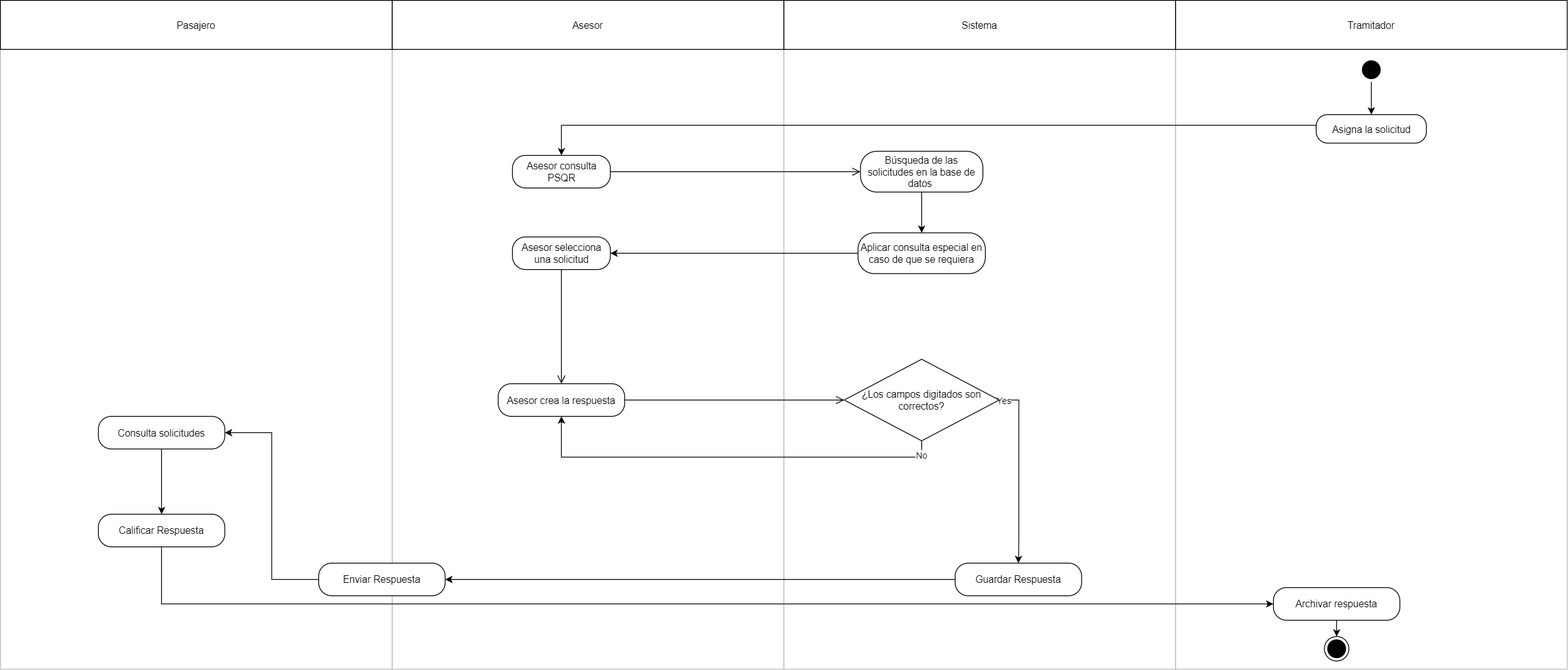
Above: diagrama actvidades-Trámites.png in AlejandraRochaR/imagenes (draw.io), before the change. Source tidied: cells renumbered, new cells last; positions are measured from the earlier drawing's top-left corner, leaving out a move shared by most shapes. Source of this version:
```xml
<mxGraphModel>
  <root>
    <mxCell id="0" />
    <mxCell id="1" parent="0" />
    <mxCell id="2" style="rounded=0;whiteSpace=wrap;html=1;fillColor=none;strokeColor=#BABABA;" parent="1" vertex="1">
      <mxGeometry x="1440" y="60" width="480" height="760" as="geometry" />
    </mxCell>
    <mxCell id="3" style="rounded=0;whiteSpace=wrap;html=1;fillColor=none;strokeColor=#BABABA;" parent="1" vertex="1">
      <mxGeometry y="60" width="480" height="760" as="geometry" />
    </mxCell>
    <mxCell id="4" style="rounded=0;whiteSpace=wrap;html=1;fillColor=none;strokeColor=#BABABA;" parent="1" vertex="1">
      <mxGeometry x="960" y="60" width="480" height="760" as="geometry" />
    </mxCell>
    <mxCell id="5" style="rounded=0;whiteSpace=wrap;html=1;fillColor=none;strokeColor=#BABABA;" parent="1" vertex="1">
      <mxGeometry x="480" y="60" width="480" height="760" as="geometry" />
    </mxCell>
    <mxCell id="6" value="Asesor consulta PSQR" style="rounded=1;whiteSpace=wrap;html=1;arcSize=40;fontColor=#000000;" parent="1" vertex="1">
      <mxGeometry x="627.5" y="190" width="120" height="40" as="geometry" />
    </mxCell>
    <mxCell id="7" style="edgeStyle=orthogonalEdgeStyle;html=1;verticalAlign=bottom;endArrow=open;endSize=8;entryX=0;entryY=0.5;entryDx=0;entryDy=0;" parent="1" edge="1" source="6" target="17">
      <mxGeometry relative="1" as="geometry" />
    </mxCell>
    <mxCell id="8" value="Asesor selecciona una solicitud" style="rounded=1;whiteSpace=wrap;html=1;arcSize=40;fontColor=#000000;" parent="1" vertex="1">
      <mxGeometry x="627.5" y="290" width="120" height="40" as="geometry" />
    </mxCell>
    <mxCell id="9" style="edgeStyle=orthogonalEdgeStyle;html=1;verticalAlign=bottom;endArrow=open;endSize=8;entryX=0.5;entryY=0;entryDx=0;entryDy=0;" parent="1" edge="1" source="8" target="10">
      <mxGeometry relative="1" as="geometry" />
    </mxCell>
    <mxCell id="10" value="Asesor crea la respuesta" style="rounded=1;whiteSpace=wrap;html=1;arcSize=40;fontColor=#000000;" parent="1" vertex="1">
      <mxGeometry x="610" y="470" width="155" height="40" as="geometry" />
    </mxCell>
    <mxCell id="11" style="edgeStyle=orthogonalEdgeStyle;html=1;verticalAlign=bottom;endArrow=open;endSize=8;entryX=0;entryY=0.5;entryDx=0;entryDy=0;" parent="1" edge="1" source="10" target="24">
      <mxGeometry relative="1" as="geometry" />
    </mxCell>
    <mxCell id="12" style="ellipse;html=1;shape=endState;fillColor=#000000;" parent="1" vertex="1">
      <mxGeometry x="1622.5" y="780" width="30" height="30" as="geometry" />
    </mxCell>
    <mxCell id="13" value="Asesor" style="rounded=0;whiteSpace=wrap;html=1;fillColor=none;" parent="1" vertex="1">
      <mxGeometry x="480" width="480" height="60" as="geometry" />
    </mxCell>
    <mxCell id="14" value="Sistema" style="rounded=0;whiteSpace=wrap;html=1;fillColor=none;" parent="1" vertex="1">
      <mxGeometry x="960" width="480" height="60" as="geometry" />
    </mxCell>
    <mxCell id="15" value="Pasajero" style="rounded=0;whiteSpace=wrap;html=1;fillColor=none;" parent="1" vertex="1">
      <mxGeometry width="480" height="60" as="geometry" />
    </mxCell>
    <mxCell id="16" style="edgeStyle=orthogonalEdgeStyle;rounded=0;jettySize=auto;html=1;" parent="1" edge="1" source="17" target="19">
      <mxGeometry relative="1" as="geometry" />
    </mxCell>
    <mxCell id="17" value="Búsqueda de las solicitudes en la base de datos&amp;nbsp;" style="rounded=1;whiteSpace=wrap;html=1;arcSize=40;fontColor=#000000;" parent="1" vertex="1">
      <mxGeometry x="1054" y="185" width="150" height="50" as="geometry" />
    </mxCell>
    <mxCell id="18" style="edgeStyle=orthogonalEdgeStyle;rounded=0;jettySize=auto;html=1;entryX=1;entryY=0.5;entryDx=0;entryDy=0;" parent="1" edge="1" source="19" target="8">
      <mxGeometry relative="1" as="geometry" />
    </mxCell>
    <mxCell id="19" value="Aplicar consulta especial en caso de que se requiera" style="rounded=1;whiteSpace=wrap;html=1;arcSize=40;fontColor=#000000;" parent="1" vertex="1">
      <mxGeometry x="1051" y="285" width="156" height="50" as="geometry" />
    </mxCell>
    <mxCell id="20" style="edgeStyle=orthogonalEdgeStyle;rounded=0;jettySize=auto;html=1;entryX=0.5;entryY=1;entryDx=0;entryDy=0;exitX=0.5;exitY=1;exitDx=0;exitDy=0;" parent="1" edge="1" source="24" target="10">
      <mxGeometry relative="1" as="geometry" />
    </mxCell>
    <mxCell id="21" value="No" style="edgeLabel;html=1;align=center;verticalAlign=middle;" parent="20" vertex="1">
      <mxGeometry x="-0.94" y="-1" relative="1" as="geometry" />
    </mxCell>
    <mxCell id="22" style="edgeStyle=orthogonalEdgeStyle;rounded=0;jettySize=auto;html=1;entryX=0.5;entryY=0;entryDx=0;entryDy=0;exitX=1;exitY=0.5;exitDx=0;exitDy=0;" parent="1" edge="1" source="24" target="28">
      <mxGeometry relative="1" as="geometry">
        <Array as="points">
          <mxPoint x="1248" y="490" />
          <mxPoint x="1248" y="660" />
        </Array>
      </mxGeometry>
    </mxCell>
    <mxCell id="23" value="Yes" style="edgeLabel;html=1;align=center;verticalAlign=middle;" parent="22" vertex="1">
      <mxGeometry x="-0.96" relative="1" as="geometry" />
    </mxCell>
    <mxCell id="24" value="¿Los campos digitados son correctos?" style="rhombus;whiteSpace=wrap;html=1;fillColor=none;" parent="1" vertex="1">
      <mxGeometry x="1034" y="440" width="190" height="100" as="geometry" />
    </mxCell>
    <mxCell id="25" style="edgeStyle=orthogonalEdgeStyle;rounded=0;jettySize=auto;html=1;entryX=0.5;entryY=0;entryDx=0;entryDy=0;" parent="1" edge="1" source="26" target="32">
      <mxGeometry relative="1" as="geometry" />
    </mxCell>
    <mxCell id="26" value="Consulta solicitudes" style="rounded=1;whiteSpace=wrap;html=1;arcSize=40;fontColor=#000000;" parent="1" vertex="1">
      <mxGeometry x="120" y="510" width="155" height="40" as="geometry" />
    </mxCell>
    <mxCell id="27" style="edgeStyle=orthogonalEdgeStyle;rounded=0;jettySize=auto;html=1;entryX=1;entryY=0.5;entryDx=0;entryDy=0;" parent="1" edge="1" source="28" target="30">
      <mxGeometry relative="1" as="geometry" />
    </mxCell>
    <mxCell id="28" value="Guardar Respuesta" style="rounded=1;whiteSpace=wrap;html=1;arcSize=40;fontColor=#000000;" parent="1" vertex="1">
      <mxGeometry x="1170" y="690" width="155" height="40" as="geometry" />
    </mxCell>
    <mxCell id="29" style="edgeStyle=orthogonalEdgeStyle;rounded=0;jettySize=auto;html=1;entryX=1;entryY=0.5;entryDx=0;entryDy=0;" parent="1" edge="1" source="30" target="26">
      <mxGeometry relative="1" as="geometry" />
    </mxCell>
    <mxCell id="30" value="Enviar Respuesta" style="rounded=1;whiteSpace=wrap;html=1;arcSize=40;fontColor=#000000;" parent="1" vertex="1">
      <mxGeometry x="390" y="690" width="155" height="40" as="geometry" />
    </mxCell>
    <mxCell id="31" style="edgeStyle=orthogonalEdgeStyle;rounded=0;jettySize=auto;html=1;entryX=0;entryY=0.5;entryDx=0;entryDy=0;" parent="1" edge="1" source="32" target="39">
      <mxGeometry relative="1" as="geometry">
        <Array as="points">
          <mxPoint x="198" y="740" />
        </Array>
      </mxGeometry>
    </mxCell>
    <mxCell id="32" value="Calificar Respuesta" style="rounded=1;whiteSpace=wrap;html=1;arcSize=40;fontColor=#000000;" parent="1" vertex="1">
      <mxGeometry x="120" y="630" width="155" height="40" as="geometry" />
    </mxCell>
    <mxCell id="33" value="Tramitador" style="rounded=0;whiteSpace=wrap;html=1;fillColor=none;" parent="1" vertex="1">
      <mxGeometry x="1440" width="480" height="60" as="geometry" />
    </mxCell>
    <mxCell id="34" style="edgeStyle=orthogonalEdgeStyle;rounded=0;jettySize=auto;html=1;" parent="1" edge="1" source="35" target="37">
      <mxGeometry relative="1" as="geometry" />
    </mxCell>
    <mxCell id="35" style="ellipse;html=1;shape=startState;fillColor=#000000;" parent="1" vertex="1">
      <mxGeometry x="1665" y="70" width="30" height="30" as="geometry" />
    </mxCell>
    <mxCell id="36" style="edgeStyle=orthogonalEdgeStyle;rounded=0;jettySize=auto;html=1;entryX=0.5;entryY=0;entryDx=0;entryDy=0;exitX=0;exitY=0.5;exitDx=0;exitDy=0;" parent="1" edge="1" source="37" target="6">
      <mxGeometry relative="1" as="geometry">
        <Array as="points">
          <mxPoint x="688" y="153" />
        </Array>
      </mxGeometry>
    </mxCell>
    <mxCell id="37" value="Asigna la solicitud" style="rounded=1;whiteSpace=wrap;html=1;arcSize=40;fontColor=#000000;" parent="1" vertex="1">
      <mxGeometry x="1612.5" y="140" width="135" height="35" as="geometry" />
    </mxCell>
    <mxCell id="38" style="edgeStyle=orthogonalEdgeStyle;rounded=0;jettySize=auto;html=1;exitX=0.5;exitY=1;exitDx=0;exitDy=0;" parent="1" edge="1" source="39" target="12">
      <mxGeometry relative="1" as="geometry" />
    </mxCell>
    <mxCell id="39" value="Archivar respuesta" style="rounded=1;whiteSpace=wrap;html=1;arcSize=40;fontColor=#000000;" parent="1" vertex="1">
      <mxGeometry x="1560" y="720" width="155" height="40" as="geometry" />
    </mxCell>
  </root>
</mxGraphModel>
```
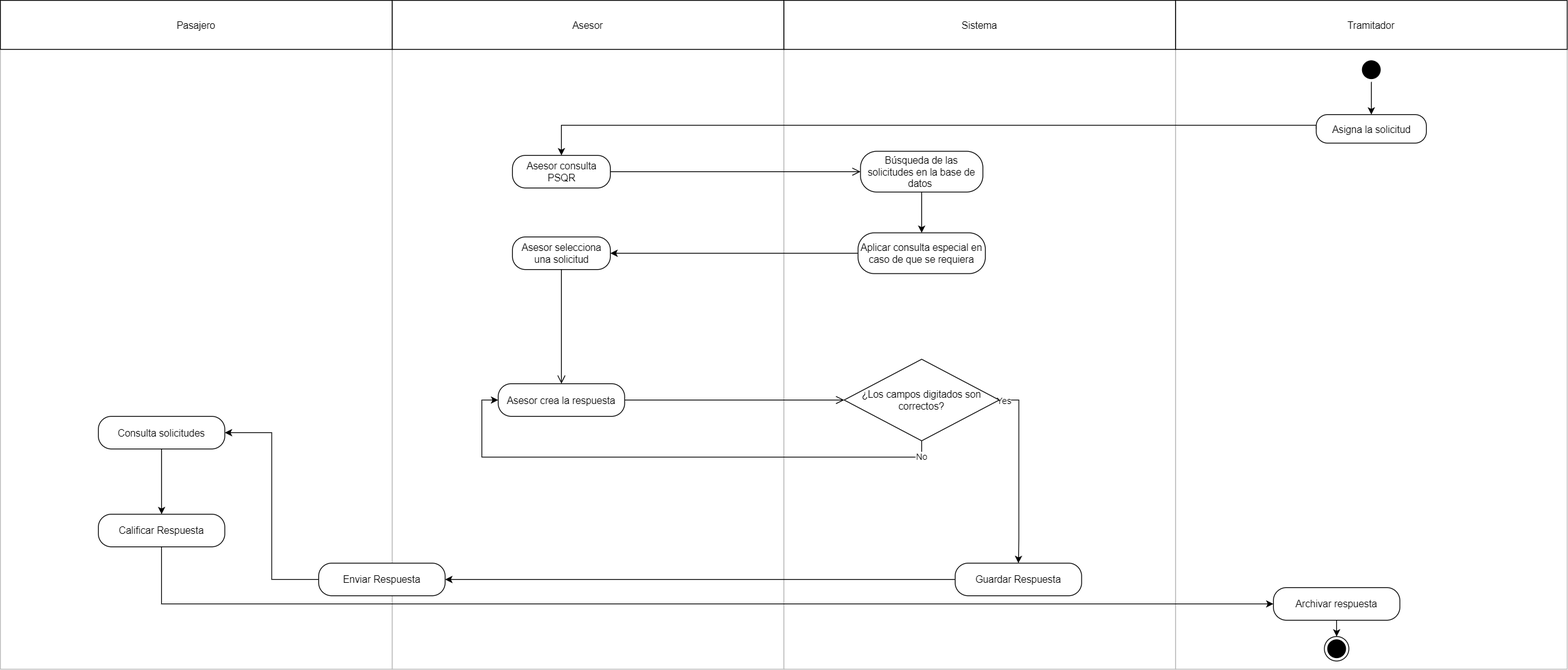
Above is the later version.

What changed in the source:
```diff
@@ -56,8 +56,14 @@
     <mxCell id="19" value="Aplicar consulta especial en caso de que se requiera" style="rounded=1;whiteSpace=wrap;html=1;arcSize=40;fontColor=#000000;" parent="1" vertex="1">
       <mxGeometry x="1051" y="285" width="156" height="50" as="geometry" />
     </mxCell>
-    <mxCell id="20" style="edgeStyle=orthogonalEdgeStyle;rounded=0;jettySize=auto;html=1;entryX=0.5;entryY=1;entryDx=0;entryDy=0;exitX=0.5;exitY=1;exitDx=0;exitDy=0;" parent="1" edge="1" source="24" target="10">
-      <mxGeometry relative="1" as="geometry" />
+    <mxCell id="20" style="edgeStyle=orthogonalEdgeStyle;rounded=0;jettySize=auto;html=1;entryX=0;entryY=0.5;entryDx=0;entryDy=0;exitX=0.5;exitY=1;exitDx=0;exitDy=0;" parent="1" edge="1" source="24" target="10">
+      <mxGeometry relative="1" as="geometry">
+        <Array as="points">
+          <mxPoint x="1129" y="560" />
+          <mxPoint x="590" y="560" />
+          <mxPoint x="590" y="490" />
+        </Array>
+      </mxGeometry>
     </mxCell>
     <mxCell id="21" value="No" style="edgeLabel;html=1;align=center;verticalAlign=middle;" parent="20" vertex="1">
       <mxGeometry x="-0.94" y="-1" relative="1" as="geometry" />
```
